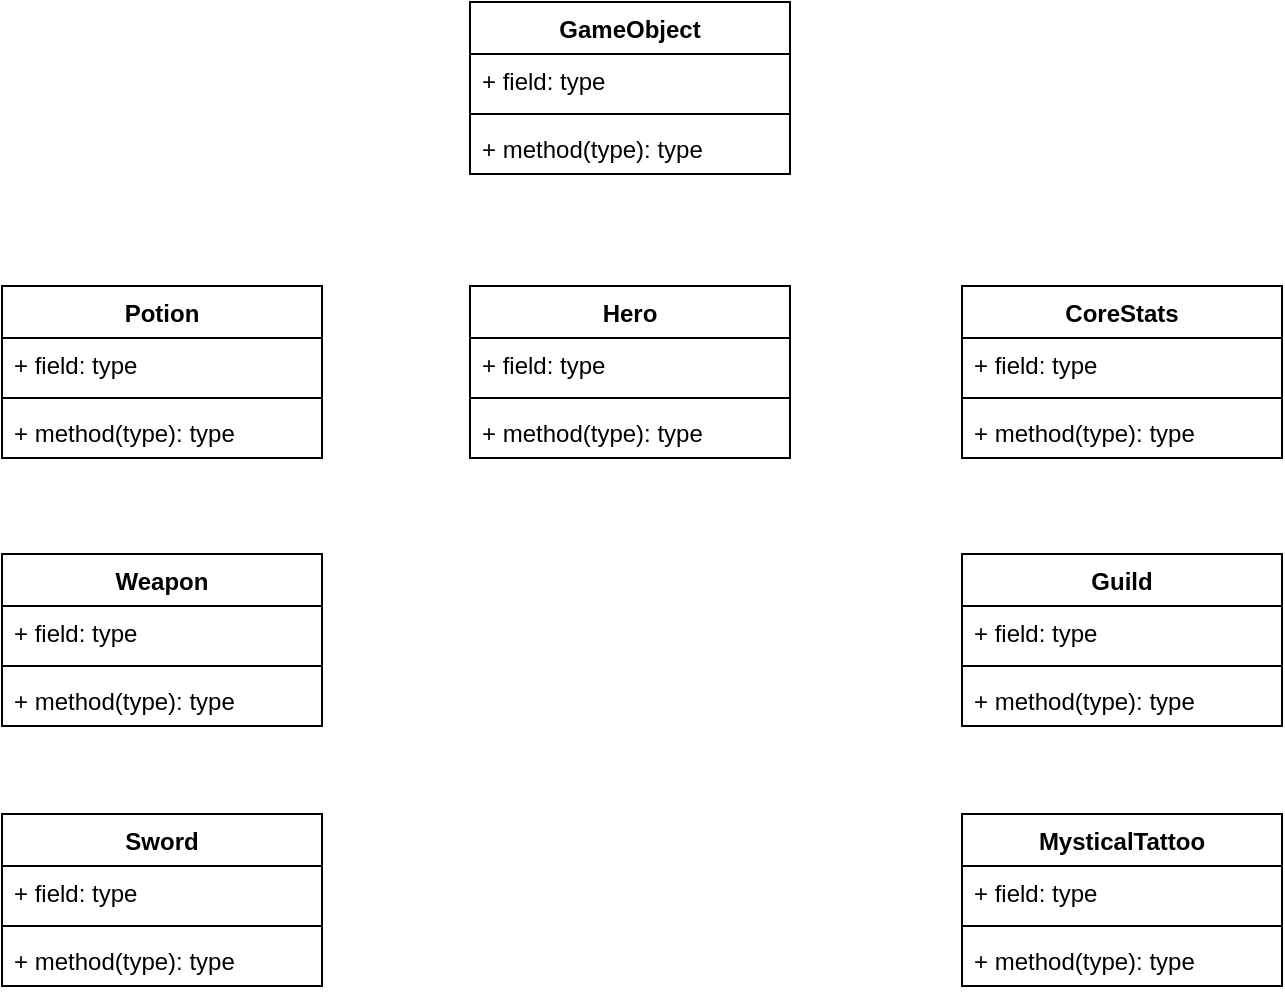
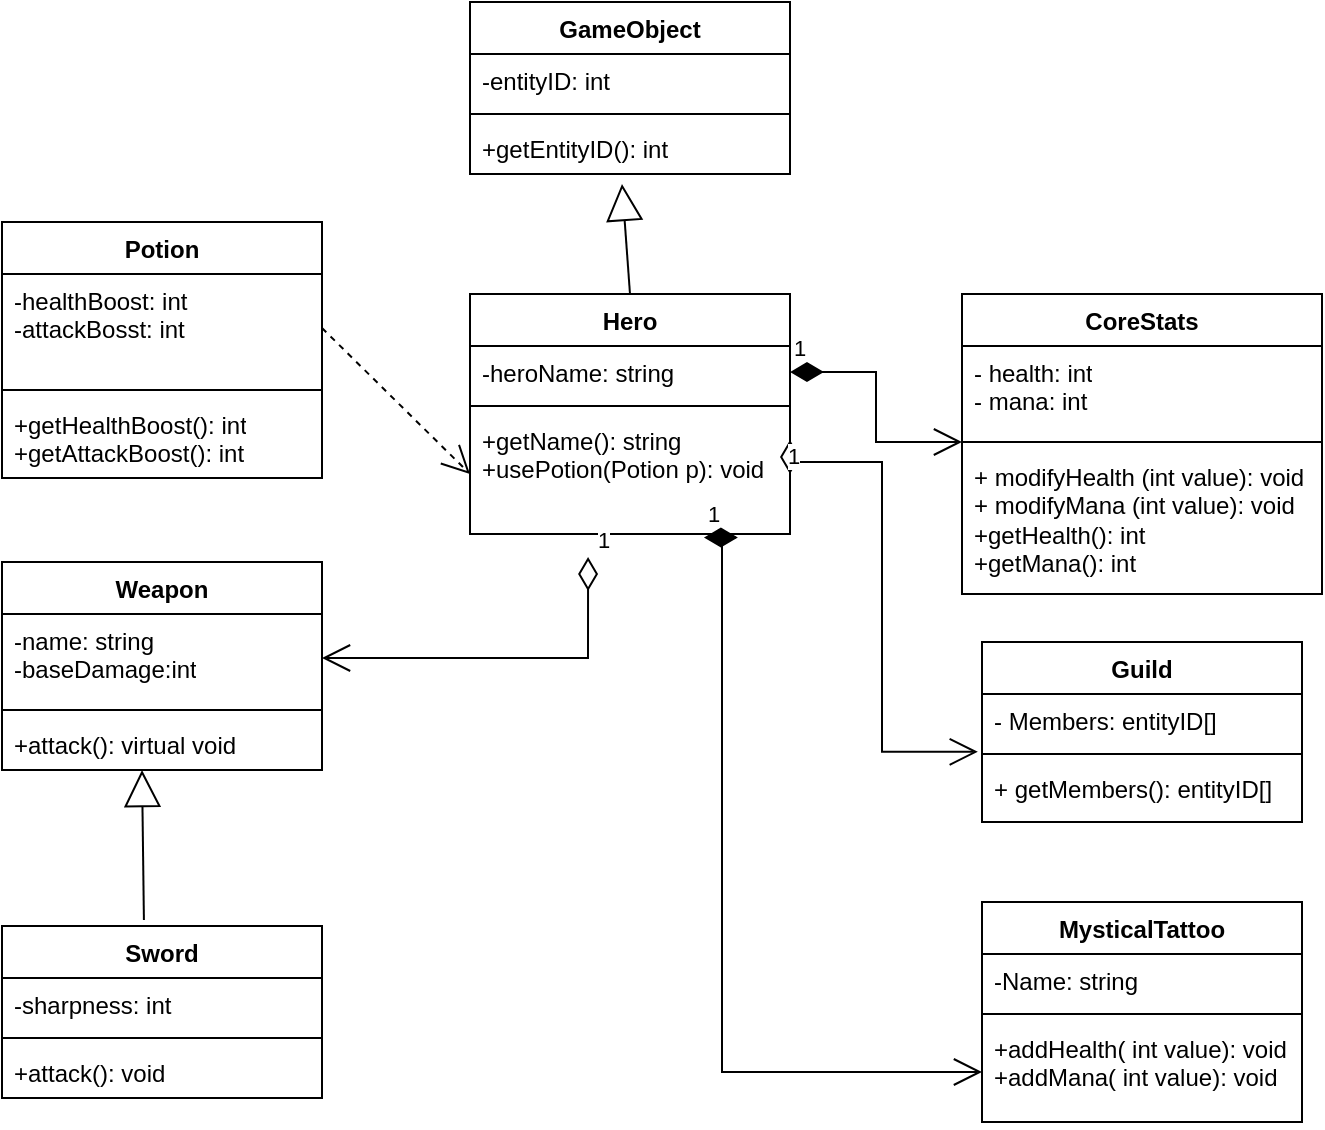
- <mxfile host="Electron" modified="2026-05-21T06:06:47.379Z" agent="Mozilla/5.0 (Windows NT 10.0; Win64; x64) AppleWebKit/537.36 (KHTML, like Gecko) draw.io/24.4.0 Chrome/120.0.6099.109 Electron/28.1.0 Safari/537.36" etag="RBzD-t0caAlBEseOmOeW" version="24.4.0" type="device">
+ <mxfile host="Electron" modified="2026-05-21T20:26:59.494Z" agent="Mozilla/5.0 (Windows NT 10.0; Win64; x64) AppleWebKit/537.36 (KHTML, like Gecko) draw.io/24.4.0 Chrome/120.0.6099.109 Electron/28.1.0 Safari/537.36" etag="o65Ir3SlIkcTDKR8OnOx" version="24.4.0" type="device">
  <diagram id="C5RBs43oDa-KdzZeNtuy" name="Page-1">
-     <mxGraphModel dx="864" dy="516" grid="1" gridSize="10" guides="1" tooltips="1" connect="1" arrows="1" fold="1" page="1" pageScale="1" pageWidth="827" pageHeight="1169" math="0" shadow="0">
+     <mxGraphModel dx="909" dy="543" grid="1" gridSize="10" guides="1" tooltips="1" connect="1" arrows="1" fold="1" page="1" pageScale="1" pageWidth="827" pageHeight="1169" math="0" shadow="0">
      <root>
        <mxCell id="WIyWlLk6GJQsqaUBKTNV-0" />
        <mxCell id="WIyWlLk6GJQsqaUBKTNV-1" parent="WIyWlLk6GJQsqaUBKTNV-0" />
-         <mxCell id="p3vUgTUbWygCvYEN91rt-0" value="GameObject" style="swimlane;fontStyle=1;align=center;verticalAlign=top;childLayout=stackLayout;horizontal=1;startSize=26;horizontalStack=0;resizeParent=1;resizeParentMax=0;resizeLast=0;collapsible=1;marginBottom=0;whiteSpace=wrap;html=1;" vertex="1" parent="WIyWlLk6GJQsqaUBKTNV-1">
-           <mxGeometry x="334" y="24" width="160" height="86" as="geometry" />
+         <mxCell id="p3vUgTUbWygCvYEN91rt-4" value="Hero" style="swimlane;fontStyle=1;align=center;verticalAlign=top;childLayout=stackLayout;horizontal=1;startSize=26;horizontalStack=0;resizeParent=1;resizeParentMax=0;resizeLast=0;collapsible=1;marginBottom=0;whiteSpace=wrap;html=1;" vertex="1" parent="WIyWlLk6GJQsqaUBKTNV-1">
+           <mxGeometry x="334" y="166" width="160" height="120" as="geometry" />
        </mxCell>
-         <mxCell id="p3vUgTUbWygCvYEN91rt-1" value="+ field: type" style="text;strokeColor=none;fillColor=none;align=left;verticalAlign=top;spacingLeft=4;spacingRight=4;overflow=hidden;rotatable=0;points=[[0,0.5],[1,0.5]];portConstraint=eastwest;whiteSpace=wrap;html=1;" vertex="1" parent="p3vUgTUbWygCvYEN91rt-0">
-           <mxGeometry y="26" width="160" height="26" as="geometry" />
-         </mxCell>
-         <mxCell id="p3vUgTUbWygCvYEN91rt-2" value="" style="line;strokeWidth=1;fillColor=none;align=left;verticalAlign=middle;spacingTop=-1;spacingLeft=3;spacingRight=3;rotatable=0;labelPosition=right;points=[];portConstraint=eastwest;strokeColor=inherit;" vertex="1" parent="p3vUgTUbWygCvYEN91rt-0">
-           <mxGeometry y="52" width="160" height="8" as="geometry" />
-         </mxCell>
-         <mxCell id="p3vUgTUbWygCvYEN91rt-3" value="+ method(type): type" style="text;strokeColor=none;fillColor=none;align=left;verticalAlign=top;spacingLeft=4;spacingRight=4;overflow=hidden;rotatable=0;points=[[0,0.5],[1,0.5]];portConstraint=eastwest;whiteSpace=wrap;html=1;" vertex="1" parent="p3vUgTUbWygCvYEN91rt-0">
-           <mxGeometry y="60" width="160" height="26" as="geometry" />
-         </mxCell>
-         <mxCell id="p3vUgTUbWygCvYEN91rt-4" value="Hero" style="swimlane;fontStyle=1;align=center;verticalAlign=top;childLayout=stackLayout;horizontal=1;startSize=26;horizontalStack=0;resizeParent=1;resizeParentMax=0;resizeLast=0;collapsible=1;marginBottom=0;whiteSpace=wrap;html=1;" vertex="1" parent="WIyWlLk6GJQsqaUBKTNV-1">
-           <mxGeometry x="334" y="166" width="160" height="86" as="geometry" />
-         </mxCell>
-         <mxCell id="p3vUgTUbWygCvYEN91rt-5" value="+ field: type" style="text;strokeColor=none;fillColor=none;align=left;verticalAlign=top;spacingLeft=4;spacingRight=4;overflow=hidden;rotatable=0;points=[[0,0.5],[1,0.5]];portConstraint=eastwest;whiteSpace=wrap;html=1;" vertex="1" parent="p3vUgTUbWygCvYEN91rt-4">
+         <mxCell id="p3vUgTUbWygCvYEN91rt-5" value="-heroName: string" style="text;strokeColor=none;fillColor=none;align=left;verticalAlign=top;spacingLeft=4;spacingRight=4;overflow=hidden;rotatable=0;points=[[0,0.5],[1,0.5]];portConstraint=eastwest;whiteSpace=wrap;html=1;" vertex="1" parent="p3vUgTUbWygCvYEN91rt-4">
          <mxGeometry y="26" width="160" height="26" as="geometry" />
        </mxCell>
        <mxCell id="p3vUgTUbWygCvYEN91rt-6" value="" style="line;strokeWidth=1;fillColor=none;align=left;verticalAlign=middle;spacingTop=-1;spacingLeft=3;spacingRight=3;rotatable=0;labelPosition=right;points=[];portConstraint=eastwest;strokeColor=inherit;" vertex="1" parent="p3vUgTUbWygCvYEN91rt-4">
          <mxGeometry y="52" width="160" height="8" as="geometry" />
        </mxCell>
-         <mxCell id="p3vUgTUbWygCvYEN91rt-7" value="+ method(type): type" style="text;strokeColor=none;fillColor=none;align=left;verticalAlign=top;spacingLeft=4;spacingRight=4;overflow=hidden;rotatable=0;points=[[0,0.5],[1,0.5]];portConstraint=eastwest;whiteSpace=wrap;html=1;" vertex="1" parent="p3vUgTUbWygCvYEN91rt-4">
-           <mxGeometry y="60" width="160" height="26" as="geometry" />
+         <mxCell id="p3vUgTUbWygCvYEN91rt-7" value="+getName(): string&lt;div&gt;+usePotion(Potion p): void&lt;/div&gt;&lt;div&gt;&lt;br&gt;&lt;div&gt;&lt;br&gt;&lt;/div&gt;&lt;/div&gt;" style="text;strokeColor=none;fillColor=none;align=left;verticalAlign=top;spacingLeft=4;spacingRight=4;overflow=hidden;rotatable=0;points=[[0,0.5],[1,0.5]];portConstraint=eastwest;whiteSpace=wrap;html=1;" vertex="1" parent="p3vUgTUbWygCvYEN91rt-4">
+           <mxGeometry y="60" width="160" height="60" as="geometry" />
        </mxCell>
        <mxCell id="p3vUgTUbWygCvYEN91rt-8" value="CoreStats" style="swimlane;fontStyle=1;align=center;verticalAlign=top;childLayout=stackLayout;horizontal=1;startSize=26;horizontalStack=0;resizeParent=1;resizeParentMax=0;resizeLast=0;collapsible=1;marginBottom=0;whiteSpace=wrap;html=1;" vertex="1" parent="WIyWlLk6GJQsqaUBKTNV-1">
-           <mxGeometry x="580" y="166" width="160" height="86" as="geometry" />
+           <mxGeometry x="580" y="166" width="180" height="150" as="geometry" />
        </mxCell>
-         <mxCell id="p3vUgTUbWygCvYEN91rt-9" value="+ field: type" style="text;strokeColor=none;fillColor=none;align=left;verticalAlign=top;spacingLeft=4;spacingRight=4;overflow=hidden;rotatable=0;points=[[0,0.5],[1,0.5]];portConstraint=eastwest;whiteSpace=wrap;html=1;" vertex="1" parent="p3vUgTUbWygCvYEN91rt-8">
-           <mxGeometry y="26" width="160" height="26" as="geometry" />
+         <mxCell id="p3vUgTUbWygCvYEN91rt-9" value="- health: int&lt;div&gt;- mana: int&lt;/div&gt;" style="text;strokeColor=none;fillColor=none;align=left;verticalAlign=top;spacingLeft=4;spacingRight=4;overflow=hidden;rotatable=0;points=[[0,0.5],[1,0.5]];portConstraint=eastwest;whiteSpace=wrap;html=1;" vertex="1" parent="p3vUgTUbWygCvYEN91rt-8">
+           <mxGeometry y="26" width="180" height="44" as="geometry" />
        </mxCell>
        <mxCell id="p3vUgTUbWygCvYEN91rt-10" value="" style="line;strokeWidth=1;fillColor=none;align=left;verticalAlign=middle;spacingTop=-1;spacingLeft=3;spacingRight=3;rotatable=0;labelPosition=right;points=[];portConstraint=eastwest;strokeColor=inherit;" vertex="1" parent="p3vUgTUbWygCvYEN91rt-8">
-           <mxGeometry y="52" width="160" height="8" as="geometry" />
+           <mxGeometry y="70" width="180" height="8" as="geometry" />
        </mxCell>
-         <mxCell id="p3vUgTUbWygCvYEN91rt-11" value="+ method(type): type" style="text;strokeColor=none;fillColor=none;align=left;verticalAlign=top;spacingLeft=4;spacingRight=4;overflow=hidden;rotatable=0;points=[[0,0.5],[1,0.5]];portConstraint=eastwest;whiteSpace=wrap;html=1;" vertex="1" parent="p3vUgTUbWygCvYEN91rt-8">
-           <mxGeometry y="60" width="160" height="26" as="geometry" />
+         <mxCell id="p3vUgTUbWygCvYEN91rt-11" value="+ modifyHealth (int value): void&lt;div&gt;+ modifyMana (int value): void&lt;/div&gt;&lt;div&gt;+getHealth(): int&lt;/div&gt;&lt;div&gt;+getMana(): int&lt;/div&gt;&lt;div&gt;&lt;br&gt;&lt;div&gt;&lt;br&gt;&lt;/div&gt;&lt;/div&gt;" style="text;strokeColor=none;fillColor=none;align=left;verticalAlign=top;spacingLeft=4;spacingRight=4;overflow=hidden;rotatable=0;points=[[0,0.5],[1,0.5]];portConstraint=eastwest;whiteSpace=wrap;html=1;" vertex="1" parent="p3vUgTUbWygCvYEN91rt-8">
+           <mxGeometry y="78" width="180" height="72" as="geometry" />
        </mxCell>
        <mxCell id="p3vUgTUbWygCvYEN91rt-12" value="MysticalTattoo" style="swimlane;fontStyle=1;align=center;verticalAlign=top;childLayout=stackLayout;horizontal=1;startSize=26;horizontalStack=0;resizeParent=1;resizeParentMax=0;resizeLast=0;collapsible=1;marginBottom=0;whiteSpace=wrap;html=1;" vertex="1" parent="WIyWlLk6GJQsqaUBKTNV-1">
-           <mxGeometry x="580" y="430" width="160" height="86" as="geometry" />
+           <mxGeometry x="590" y="470" width="160" height="110" as="geometry" />
        </mxCell>
-         <mxCell id="p3vUgTUbWygCvYEN91rt-13" value="+ field: type" style="text;strokeColor=none;fillColor=none;align=left;verticalAlign=top;spacingLeft=4;spacingRight=4;overflow=hidden;rotatable=0;points=[[0,0.5],[1,0.5]];portConstraint=eastwest;whiteSpace=wrap;html=1;" vertex="1" parent="p3vUgTUbWygCvYEN91rt-12">
+         <mxCell id="p3vUgTUbWygCvYEN91rt-13" value="-Name: string" style="text;strokeColor=none;fillColor=none;align=left;verticalAlign=top;spacingLeft=4;spacingRight=4;overflow=hidden;rotatable=0;points=[[0,0.5],[1,0.5]];portConstraint=eastwest;whiteSpace=wrap;html=1;" vertex="1" parent="p3vUgTUbWygCvYEN91rt-12">
          <mxGeometry y="26" width="160" height="26" as="geometry" />
        </mxCell>
        <mxCell id="p3vUgTUbWygCvYEN91rt-14" value="" style="line;strokeWidth=1;fillColor=none;align=left;verticalAlign=middle;spacingTop=-1;spacingLeft=3;spacingRight=3;rotatable=0;labelPosition=right;points=[];portConstraint=eastwest;strokeColor=inherit;" vertex="1" parent="p3vUgTUbWygCvYEN91rt-12">
          <mxGeometry y="52" width="160" height="8" as="geometry" />
        </mxCell>
-         <mxCell id="p3vUgTUbWygCvYEN91rt-15" value="+ method(type): type" style="text;strokeColor=none;fillColor=none;align=left;verticalAlign=top;spacingLeft=4;spacingRight=4;overflow=hidden;rotatable=0;points=[[0,0.5],[1,0.5]];portConstraint=eastwest;whiteSpace=wrap;html=1;" vertex="1" parent="p3vUgTUbWygCvYEN91rt-12">
-           <mxGeometry y="60" width="160" height="26" as="geometry" />
+         <mxCell id="p3vUgTUbWygCvYEN91rt-15" value="+addHealth( int value): void&lt;div&gt;+addMana( int value): void&lt;/div&gt;" style="text;strokeColor=none;fillColor=none;align=left;verticalAlign=top;spacingLeft=4;spacingRight=4;overflow=hidden;rotatable=0;points=[[0,0.5],[1,0.5]];portConstraint=eastwest;whiteSpace=wrap;html=1;" vertex="1" parent="p3vUgTUbWygCvYEN91rt-12">
+           <mxGeometry y="60" width="160" height="50" as="geometry" />
        </mxCell>
        <mxCell id="p3vUgTUbWygCvYEN91rt-16" value="Guild" style="swimlane;fontStyle=1;align=center;verticalAlign=top;childLayout=stackLayout;horizontal=1;startSize=26;horizontalStack=0;resizeParent=1;resizeParentMax=0;resizeLast=0;collapsible=1;marginBottom=0;whiteSpace=wrap;html=1;" vertex="1" parent="WIyWlLk6GJQsqaUBKTNV-1">
-           <mxGeometry x="580" y="300" width="160" height="86" as="geometry" />
+           <mxGeometry x="590" y="340" width="160" height="90" as="geometry" />
        </mxCell>
-         <mxCell id="p3vUgTUbWygCvYEN91rt-17" value="+ field: type" style="text;strokeColor=none;fillColor=none;align=left;verticalAlign=top;spacingLeft=4;spacingRight=4;overflow=hidden;rotatable=0;points=[[0,0.5],[1,0.5]];portConstraint=eastwest;whiteSpace=wrap;html=1;" vertex="1" parent="p3vUgTUbWygCvYEN91rt-16">
+         <mxCell id="p3vUgTUbWygCvYEN91rt-17" value="- Members: entityID[]" style="text;strokeColor=none;fillColor=none;align=left;verticalAlign=top;spacingLeft=4;spacingRight=4;overflow=hidden;rotatable=0;points=[[0,0.5],[1,0.5]];portConstraint=eastwest;whiteSpace=wrap;html=1;" vertex="1" parent="p3vUgTUbWygCvYEN91rt-16">
          <mxGeometry y="26" width="160" height="26" as="geometry" />
        </mxCell>
        <mxCell id="p3vUgTUbWygCvYEN91rt-18" value="" style="line;strokeWidth=1;fillColor=none;align=left;verticalAlign=middle;spacingTop=-1;spacingLeft=3;spacingRight=3;rotatable=0;labelPosition=right;points=[];portConstraint=eastwest;strokeColor=inherit;" vertex="1" parent="p3vUgTUbWygCvYEN91rt-16">
          <mxGeometry y="52" width="160" height="8" as="geometry" />
        </mxCell>
-         <mxCell id="p3vUgTUbWygCvYEN91rt-19" value="+ method(type): type" style="text;strokeColor=none;fillColor=none;align=left;verticalAlign=top;spacingLeft=4;spacingRight=4;overflow=hidden;rotatable=0;points=[[0,0.5],[1,0.5]];portConstraint=eastwest;whiteSpace=wrap;html=1;" vertex="1" parent="p3vUgTUbWygCvYEN91rt-16">
-           <mxGeometry y="60" width="160" height="26" as="geometry" />
+         <mxCell id="p3vUgTUbWygCvYEN91rt-19" value="+ getMembers(): entityID[]&lt;div&gt;&lt;br&gt;&lt;/div&gt;" style="text;strokeColor=none;fillColor=none;align=left;verticalAlign=top;spacingLeft=4;spacingRight=4;overflow=hidden;rotatable=0;points=[[0,0.5],[1,0.5]];portConstraint=eastwest;whiteSpace=wrap;html=1;" vertex="1" parent="p3vUgTUbWygCvYEN91rt-16">
+           <mxGeometry y="60" width="160" height="30" as="geometry" />
        </mxCell>
        <mxCell id="p3vUgTUbWygCvYEN91rt-20" value="Weapon" style="swimlane;fontStyle=1;align=center;verticalAlign=top;childLayout=stackLayout;horizontal=1;startSize=26;horizontalStack=0;resizeParent=1;resizeParentMax=0;resizeLast=0;collapsible=1;marginBottom=0;whiteSpace=wrap;html=1;" vertex="1" parent="WIyWlLk6GJQsqaUBKTNV-1">
-           <mxGeometry x="100" y="300" width="160" height="86" as="geometry" />
+           <mxGeometry x="100" y="300" width="160" height="104" as="geometry" />
        </mxCell>
-         <mxCell id="p3vUgTUbWygCvYEN91rt-21" value="+ field: type" style="text;strokeColor=none;fillColor=none;align=left;verticalAlign=top;spacingLeft=4;spacingRight=4;overflow=hidden;rotatable=0;points=[[0,0.5],[1,0.5]];portConstraint=eastwest;whiteSpace=wrap;html=1;" vertex="1" parent="p3vUgTUbWygCvYEN91rt-20">
-           <mxGeometry y="26" width="160" height="26" as="geometry" />
+         <mxCell id="p3vUgTUbWygCvYEN91rt-21" value="-name: string&lt;div&gt;-baseDamage:int&lt;br&gt;&lt;div&gt;&lt;br&gt;&lt;/div&gt;&lt;/div&gt;" style="text;strokeColor=none;fillColor=none;align=left;verticalAlign=top;spacingLeft=4;spacingRight=4;overflow=hidden;rotatable=0;points=[[0,0.5],[1,0.5]];portConstraint=eastwest;whiteSpace=wrap;html=1;" vertex="1" parent="p3vUgTUbWygCvYEN91rt-20">
+           <mxGeometry y="26" width="160" height="44" as="geometry" />
        </mxCell>
        <mxCell id="p3vUgTUbWygCvYEN91rt-22" value="" style="line;strokeWidth=1;fillColor=none;align=left;verticalAlign=middle;spacingTop=-1;spacingLeft=3;spacingRight=3;rotatable=0;labelPosition=right;points=[];portConstraint=eastwest;strokeColor=inherit;" vertex="1" parent="p3vUgTUbWygCvYEN91rt-20">
-           <mxGeometry y="52" width="160" height="8" as="geometry" />
+           <mxGeometry y="70" width="160" height="8" as="geometry" />
        </mxCell>
-         <mxCell id="p3vUgTUbWygCvYEN91rt-23" value="+ method(type): type" style="text;strokeColor=none;fillColor=none;align=left;verticalAlign=top;spacingLeft=4;spacingRight=4;overflow=hidden;rotatable=0;points=[[0,0.5],[1,0.5]];portConstraint=eastwest;whiteSpace=wrap;html=1;" vertex="1" parent="p3vUgTUbWygCvYEN91rt-20">
-           <mxGeometry y="60" width="160" height="26" as="geometry" />
+         <mxCell id="p3vUgTUbWygCvYEN91rt-23" value="+attack(): virtual void" style="text;strokeColor=none;fillColor=none;align=left;verticalAlign=top;spacingLeft=4;spacingRight=4;overflow=hidden;rotatable=0;points=[[0,0.5],[1,0.5]];portConstraint=eastwest;whiteSpace=wrap;html=1;" vertex="1" parent="p3vUgTUbWygCvYEN91rt-20">
+           <mxGeometry y="78" width="160" height="26" as="geometry" />
        </mxCell>
        <mxCell id="p3vUgTUbWygCvYEN91rt-24" value="Potion" style="swimlane;fontStyle=1;align=center;verticalAlign=top;childLayout=stackLayout;horizontal=1;startSize=26;horizontalStack=0;resizeParent=1;resizeParentMax=0;resizeLast=0;collapsible=1;marginBottom=0;whiteSpace=wrap;html=1;" vertex="1" parent="WIyWlLk6GJQsqaUBKTNV-1">
-           <mxGeometry x="100" y="166" width="160" height="86" as="geometry" />
+           <mxGeometry x="100" y="130" width="160" height="128" as="geometry" />
        </mxCell>
-         <mxCell id="p3vUgTUbWygCvYEN91rt-25" value="+ field: type" style="text;strokeColor=none;fillColor=none;align=left;verticalAlign=top;spacingLeft=4;spacingRight=4;overflow=hidden;rotatable=0;points=[[0,0.5],[1,0.5]];portConstraint=eastwest;whiteSpace=wrap;html=1;" vertex="1" parent="p3vUgTUbWygCvYEN91rt-24">
-           <mxGeometry y="26" width="160" height="26" as="geometry" />
+         <mxCell id="p3vUgTUbWygCvYEN91rt-25" value="-healthBoost: int&lt;div&gt;-attackBosst: int&lt;/div&gt;" style="text;strokeColor=none;fillColor=none;align=left;verticalAlign=top;spacingLeft=4;spacingRight=4;overflow=hidden;rotatable=0;points=[[0,0.5],[1,0.5]];portConstraint=eastwest;whiteSpace=wrap;html=1;" vertex="1" parent="p3vUgTUbWygCvYEN91rt-24">
+           <mxGeometry y="26" width="160" height="54" as="geometry" />
        </mxCell>
        <mxCell id="p3vUgTUbWygCvYEN91rt-26" value="" style="line;strokeWidth=1;fillColor=none;align=left;verticalAlign=middle;spacingTop=-1;spacingLeft=3;spacingRight=3;rotatable=0;labelPosition=right;points=[];portConstraint=eastwest;strokeColor=inherit;" vertex="1" parent="p3vUgTUbWygCvYEN91rt-24">
-           <mxGeometry y="52" width="160" height="8" as="geometry" />
+           <mxGeometry y="80" width="160" height="8" as="geometry" />
        </mxCell>
-         <mxCell id="p3vUgTUbWygCvYEN91rt-27" value="+ method(type): type" style="text;strokeColor=none;fillColor=none;align=left;verticalAlign=top;spacingLeft=4;spacingRight=4;overflow=hidden;rotatable=0;points=[[0,0.5],[1,0.5]];portConstraint=eastwest;whiteSpace=wrap;html=1;" vertex="1" parent="p3vUgTUbWygCvYEN91rt-24">
-           <mxGeometry y="60" width="160" height="26" as="geometry" />
+         <mxCell id="p3vUgTUbWygCvYEN91rt-27" value="+getHealthBoost(): int&lt;div&gt;+getAttackBoost(): int&lt;/div&gt;" style="text;strokeColor=none;fillColor=none;align=left;verticalAlign=top;spacingLeft=4;spacingRight=4;overflow=hidden;rotatable=0;points=[[0,0.5],[1,0.5]];portConstraint=eastwest;whiteSpace=wrap;html=1;" vertex="1" parent="p3vUgTUbWygCvYEN91rt-24">
+           <mxGeometry y="88" width="160" height="40" as="geometry" />
        </mxCell>
        <mxCell id="p3vUgTUbWygCvYEN91rt-28" value="Sword" style="swimlane;fontStyle=1;align=center;verticalAlign=top;childLayout=stackLayout;horizontal=1;startSize=26;horizontalStack=0;resizeParent=1;resizeParentMax=0;resizeLast=0;collapsible=1;marginBottom=0;whiteSpace=wrap;html=1;" vertex="1" parent="WIyWlLk6GJQsqaUBKTNV-1">
-           <mxGeometry x="100" y="430" width="160" height="86" as="geometry" />
+           <mxGeometry x="100" y="482" width="160" height="86" as="geometry" />
        </mxCell>
-         <mxCell id="p3vUgTUbWygCvYEN91rt-29" value="+ field: type" style="text;strokeColor=none;fillColor=none;align=left;verticalAlign=top;spacingLeft=4;spacingRight=4;overflow=hidden;rotatable=0;points=[[0,0.5],[1,0.5]];portConstraint=eastwest;whiteSpace=wrap;html=1;" vertex="1" parent="p3vUgTUbWygCvYEN91rt-28">
+         <mxCell id="p3vUgTUbWygCvYEN91rt-29" value="-sharpness: int" style="text;strokeColor=none;fillColor=none;align=left;verticalAlign=top;spacingLeft=4;spacingRight=4;overflow=hidden;rotatable=0;points=[[0,0.5],[1,0.5]];portConstraint=eastwest;whiteSpace=wrap;html=1;" vertex="1" parent="p3vUgTUbWygCvYEN91rt-28">
          <mxGeometry y="26" width="160" height="26" as="geometry" />
        </mxCell>
        <mxCell id="p3vUgTUbWygCvYEN91rt-30" value="" style="line;strokeWidth=1;fillColor=none;align=left;verticalAlign=middle;spacingTop=-1;spacingLeft=3;spacingRight=3;rotatable=0;labelPosition=right;points=[];portConstraint=eastwest;strokeColor=inherit;" vertex="1" parent="p3vUgTUbWygCvYEN91rt-28">
          <mxGeometry y="52" width="160" height="8" as="geometry" />
        </mxCell>
-         <mxCell id="p3vUgTUbWygCvYEN91rt-31" value="+ method(type): type" style="text;strokeColor=none;fillColor=none;align=left;verticalAlign=top;spacingLeft=4;spacingRight=4;overflow=hidden;rotatable=0;points=[[0,0.5],[1,0.5]];portConstraint=eastwest;whiteSpace=wrap;html=1;" vertex="1" parent="p3vUgTUbWygCvYEN91rt-28">
+         <mxCell id="p3vUgTUbWygCvYEN91rt-31" value="+attack(): void" style="text;strokeColor=none;fillColor=none;align=left;verticalAlign=top;spacingLeft=4;spacingRight=4;overflow=hidden;rotatable=0;points=[[0,0.5],[1,0.5]];portConstraint=eastwest;whiteSpace=wrap;html=1;" vertex="1" parent="p3vUgTUbWygCvYEN91rt-28">
          <mxGeometry y="60" width="160" height="26" as="geometry" />
+         </mxCell>
+         <mxCell id="p3vUgTUbWygCvYEN91rt-33" value="GameObject" style="swimlane;fontStyle=1;align=center;verticalAlign=top;childLayout=stackLayout;horizontal=1;startSize=26;horizontalStack=0;resizeParent=1;resizeParentMax=0;resizeLast=0;collapsible=1;marginBottom=0;whiteSpace=wrap;html=1;" vertex="1" parent="WIyWlLk6GJQsqaUBKTNV-1">
+           <mxGeometry x="334" y="20" width="160" height="86" as="geometry" />
+         </mxCell>
+         <mxCell id="p3vUgTUbWygCvYEN91rt-34" value="-entityID: int" style="text;strokeColor=none;fillColor=none;align=left;verticalAlign=top;spacingLeft=4;spacingRight=4;overflow=hidden;rotatable=0;points=[[0,0.5],[1,0.5]];portConstraint=eastwest;whiteSpace=wrap;html=1;" vertex="1" parent="p3vUgTUbWygCvYEN91rt-33">
+           <mxGeometry y="26" width="160" height="26" as="geometry" />
+         </mxCell>
+         <mxCell id="p3vUgTUbWygCvYEN91rt-35" value="" style="line;strokeWidth=1;fillColor=none;align=left;verticalAlign=middle;spacingTop=-1;spacingLeft=3;spacingRight=3;rotatable=0;labelPosition=right;points=[];portConstraint=eastwest;strokeColor=inherit;" vertex="1" parent="p3vUgTUbWygCvYEN91rt-33">
+           <mxGeometry y="52" width="160" height="8" as="geometry" />
+         </mxCell>
+         <mxCell id="p3vUgTUbWygCvYEN91rt-36" value="+getEntityID(): int" style="text;strokeColor=none;fillColor=none;align=left;verticalAlign=top;spacingLeft=4;spacingRight=4;overflow=hidden;rotatable=0;points=[[0,0.5],[1,0.5]];portConstraint=eastwest;whiteSpace=wrap;html=1;" vertex="1" parent="p3vUgTUbWygCvYEN91rt-33">
+           <mxGeometry y="60" width="160" height="26" as="geometry" />
+         </mxCell>
+         <mxCell id="p3vUgTUbWygCvYEN91rt-41" value="" style="endArrow=block;endSize=16;endFill=0;html=1;rounded=0;exitX=0.5;exitY=0;exitDx=0;exitDy=0;entryX=0.475;entryY=1.192;entryDx=0;entryDy=0;entryPerimeter=0;" edge="1" parent="WIyWlLk6GJQsqaUBKTNV-1" source="p3vUgTUbWygCvYEN91rt-4" target="p3vUgTUbWygCvYEN91rt-36">
+           <mxGeometry width="160" relative="1" as="geometry">
+             <mxPoint x="330" y="270" as="sourcePoint" />
+             <mxPoint x="490" y="270" as="targetPoint" />
+           </mxGeometry>
+         </mxCell>
+         <mxCell id="p3vUgTUbWygCvYEN91rt-42" value="" style="endArrow=block;endSize=16;endFill=0;html=1;rounded=0;exitX=0.5;exitY=0;exitDx=0;exitDy=0;" edge="1" parent="WIyWlLk6GJQsqaUBKTNV-1">
+           <mxGeometry width="160" relative="1" as="geometry">
+             <mxPoint x="170.95999999999995" y="479" as="sourcePoint" />
+             <mxPoint x="170" y="404" as="targetPoint" />
+           </mxGeometry>
+         </mxCell>
+         <mxCell id="p3vUgTUbWygCvYEN91rt-43" value="1" style="endArrow=open;html=1;endSize=12;startArrow=diamondThin;startSize=14;startFill=1;edgeStyle=orthogonalEdgeStyle;align=left;verticalAlign=bottom;rounded=0;exitX=1;exitY=0.5;exitDx=0;exitDy=0;entryX=0;entryY=1.091;entryDx=0;entryDy=0;entryPerimeter=0;" edge="1" parent="WIyWlLk6GJQsqaUBKTNV-1" source="p3vUgTUbWygCvYEN91rt-5" target="p3vUgTUbWygCvYEN91rt-9">
+           <mxGeometry x="-1" y="3" relative="1" as="geometry">
+             <mxPoint x="340" y="340" as="sourcePoint" />
+             <mxPoint x="500" y="340" as="targetPoint" />
+           </mxGeometry>
+         </mxCell>
+         <mxCell id="p3vUgTUbWygCvYEN91rt-45" value="1" style="endArrow=open;html=1;endSize=12;startArrow=diamondThin;startSize=14;startFill=1;edgeStyle=orthogonalEdgeStyle;align=left;verticalAlign=bottom;rounded=0;entryX=0;entryY=0.5;entryDx=0;entryDy=0;exitX=0.731;exitY=1.03;exitDx=0;exitDy=0;exitPerimeter=0;" edge="1" parent="WIyWlLk6GJQsqaUBKTNV-1" source="p3vUgTUbWygCvYEN91rt-7" target="p3vUgTUbWygCvYEN91rt-15">
+           <mxGeometry x="-1" y="3" relative="1" as="geometry">
+             <mxPoint x="260" y="390" as="sourcePoint" />
+             <mxPoint x="420" y="390" as="targetPoint" />
+             <Array as="points">
+               <mxPoint x="460" y="288" />
+               <mxPoint x="460" y="555" />
+             </Array>
+           </mxGeometry>
+         </mxCell>
+         <mxCell id="p3vUgTUbWygCvYEN91rt-46" value="1" style="endArrow=open;html=1;endSize=12;startArrow=diamondThin;startSize=14;startFill=0;edgeStyle=orthogonalEdgeStyle;align=left;verticalAlign=bottom;rounded=0;entryX=-0.013;entryY=1.111;entryDx=0;entryDy=0;entryPerimeter=0;exitX=1;exitY=0.5;exitDx=0;exitDy=0;" edge="1" parent="WIyWlLk6GJQsqaUBKTNV-1" source="p3vUgTUbWygCvYEN91rt-7" target="p3vUgTUbWygCvYEN91rt-17">
+           <mxGeometry x="-1" y="3" relative="1" as="geometry">
+             <mxPoint x="260" y="390" as="sourcePoint" />
+             <mxPoint x="420" y="390" as="targetPoint" />
+             <Array as="points">
+               <mxPoint x="494" y="250" />
+               <mxPoint x="540" y="250" />
+               <mxPoint x="540" y="395" />
+             </Array>
+           </mxGeometry>
+         </mxCell>
+         <mxCell id="p3vUgTUbWygCvYEN91rt-47" value="1" style="endArrow=open;html=1;endSize=12;startArrow=diamondThin;startSize=14;startFill=0;edgeStyle=orthogonalEdgeStyle;align=left;verticalAlign=bottom;rounded=0;exitX=0.369;exitY=1.192;exitDx=0;exitDy=0;exitPerimeter=0;entryX=1;entryY=0.5;entryDx=0;entryDy=0;" edge="1" parent="WIyWlLk6GJQsqaUBKTNV-1" source="p3vUgTUbWygCvYEN91rt-7" target="p3vUgTUbWygCvYEN91rt-21">
+           <mxGeometry x="-1" y="3" relative="1" as="geometry">
+             <mxPoint x="260" y="390" as="sourcePoint" />
+             <mxPoint x="370" y="460" as="targetPoint" />
+             <Array as="points">
+               <mxPoint x="393" y="348" />
+             </Array>
+           </mxGeometry>
+         </mxCell>
+         <mxCell id="p3vUgTUbWygCvYEN91rt-49" value="" style="endArrow=open;endSize=12;dashed=1;html=1;rounded=0;entryX=0;entryY=0.5;entryDx=0;entryDy=0;exitX=1;exitY=0.5;exitDx=0;exitDy=0;" edge="1" parent="WIyWlLk6GJQsqaUBKTNV-1" source="p3vUgTUbWygCvYEN91rt-25" target="p3vUgTUbWygCvYEN91rt-7">
+           <mxGeometry width="160" relative="1" as="geometry">
+             <mxPoint x="260" y="390" as="sourcePoint" />
+             <mxPoint x="420" y="390" as="targetPoint" />
+           </mxGeometry>
        </mxCell>
      </root>
    </mxGraphModel>
  </diagram>
</mxfile>
